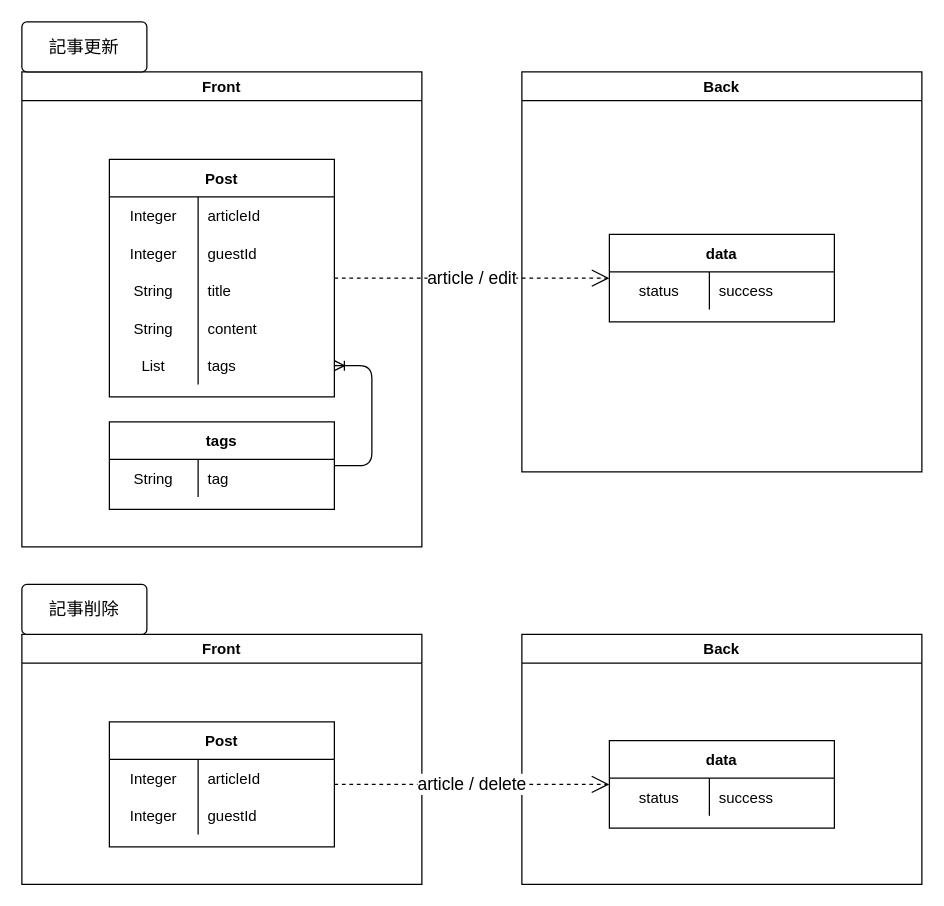
Above: page "[更新]記事" (21 of 23) of Designs/基本設計.drawio in yusuke-rakus/Qiish (draw.io), before the change. Source tidied: cells renumbered, new cells numbered last; positions are measured from the earlier drawing's top-left corner, leaving out a move shared by most shapes. Both pictures are drawn from the tidied source at 125%, with x=0, y=0 at pixel (21, 21).
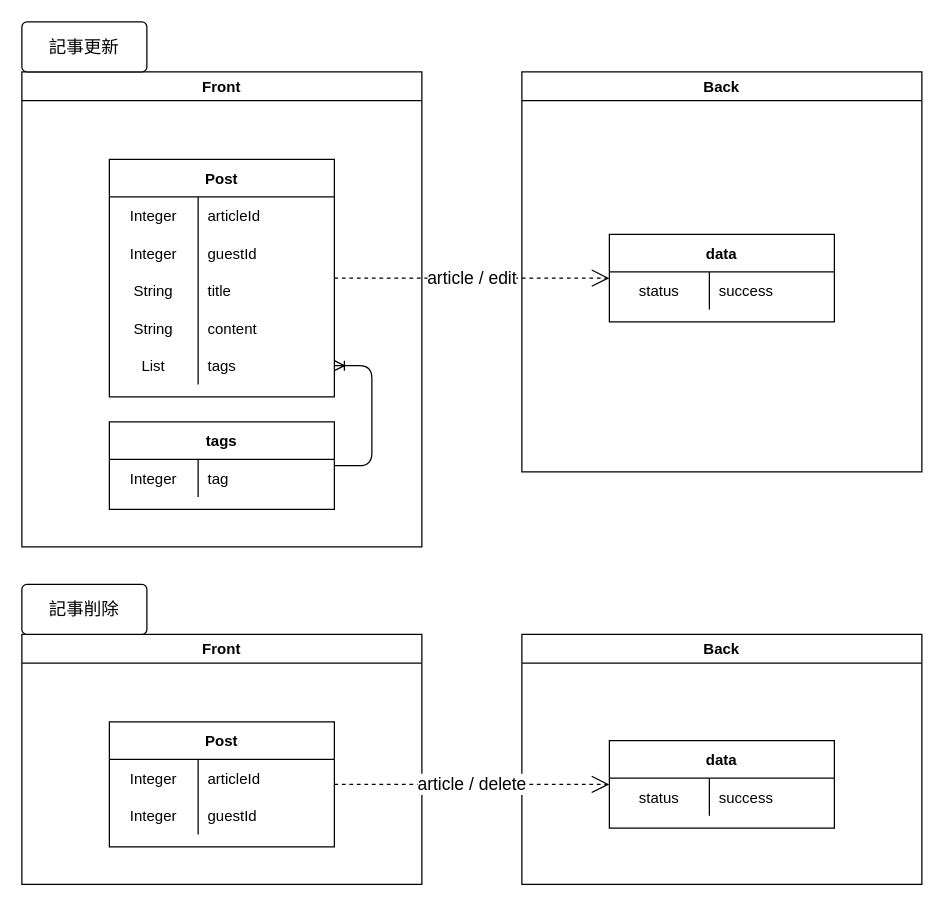
The same diagram, later.

Unchanged cells that the change refers to:
```xml
<mxCell id="20" style="shape=partialRectangle;fillColor=none;top=0;left=0;bottom=0;right=0;" parent="19" vertex="1">
  <mxGeometry y="30" width="180" height="30" as="geometry" />
</mxCell>
```

Diff of the diagram source:
```diff
@@
-    <mxCell id="21" value="String" style="shape=partialRectangle;fillColor=none;top=0;left=0;bottom=0;right=0;overflow=hidden;" parent="20" vertex="1">
+    <mxCell id="21" value="Integer" style="shape=partialRectangle;fillColor=none;top=0;left=0;bottom=0;right=0;overflow=hidden;" parent="20" vertex="1">
       <mxGeometry width="71" height="30" as="geometry" />
     </mxCell>
```
